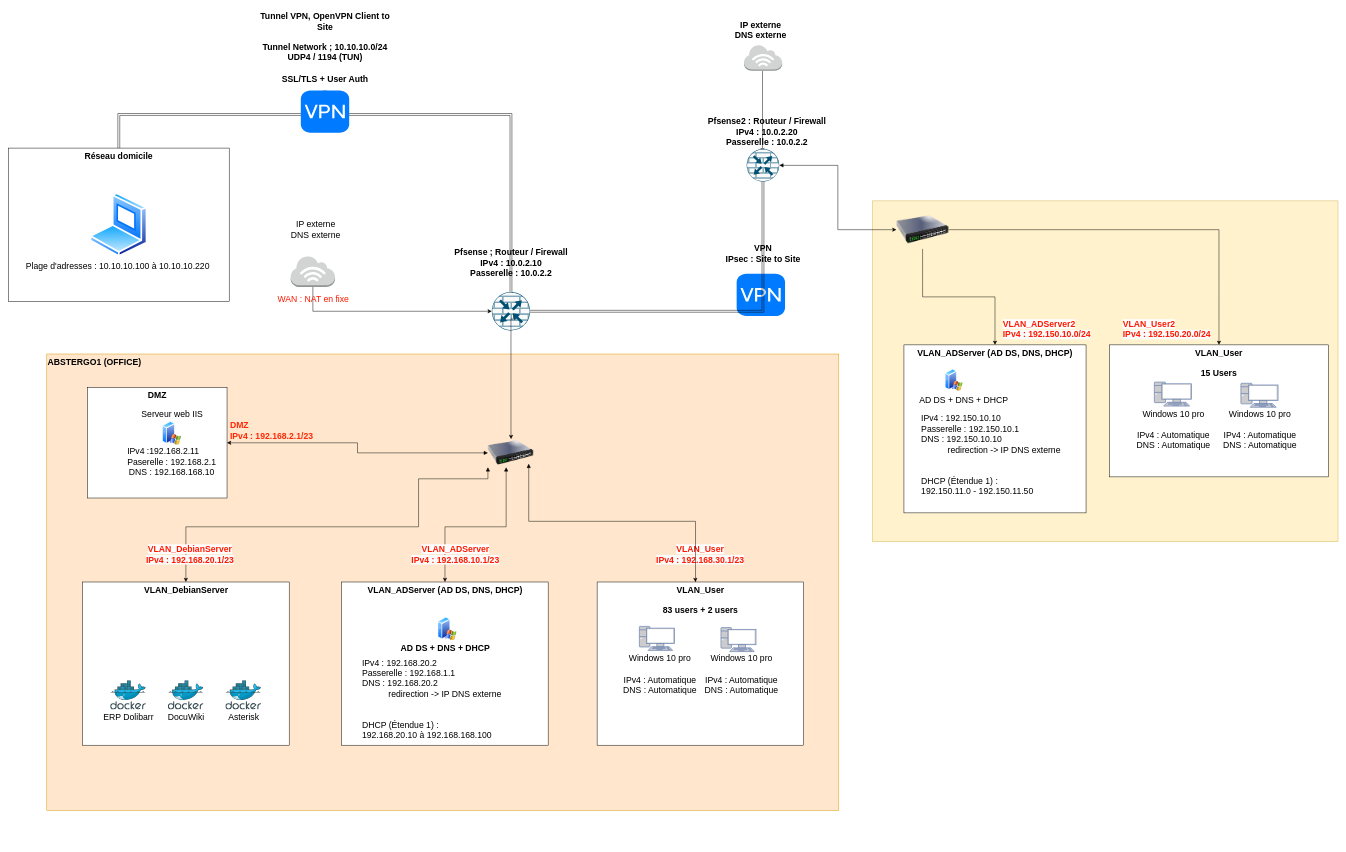
Before: New Network Architecture Abstergo.drawio in CharifMah/AbstergoAnimus, a draw.io diagram. Source tidied: cells renumbered, new cells numbered last; positions are measured from the earlier drawing's top-left corner, leaving out a move shared by most shapes. Both pictures are drawn from the tidied source at 48%, with x=0, y=0 at pixel (8, 8).
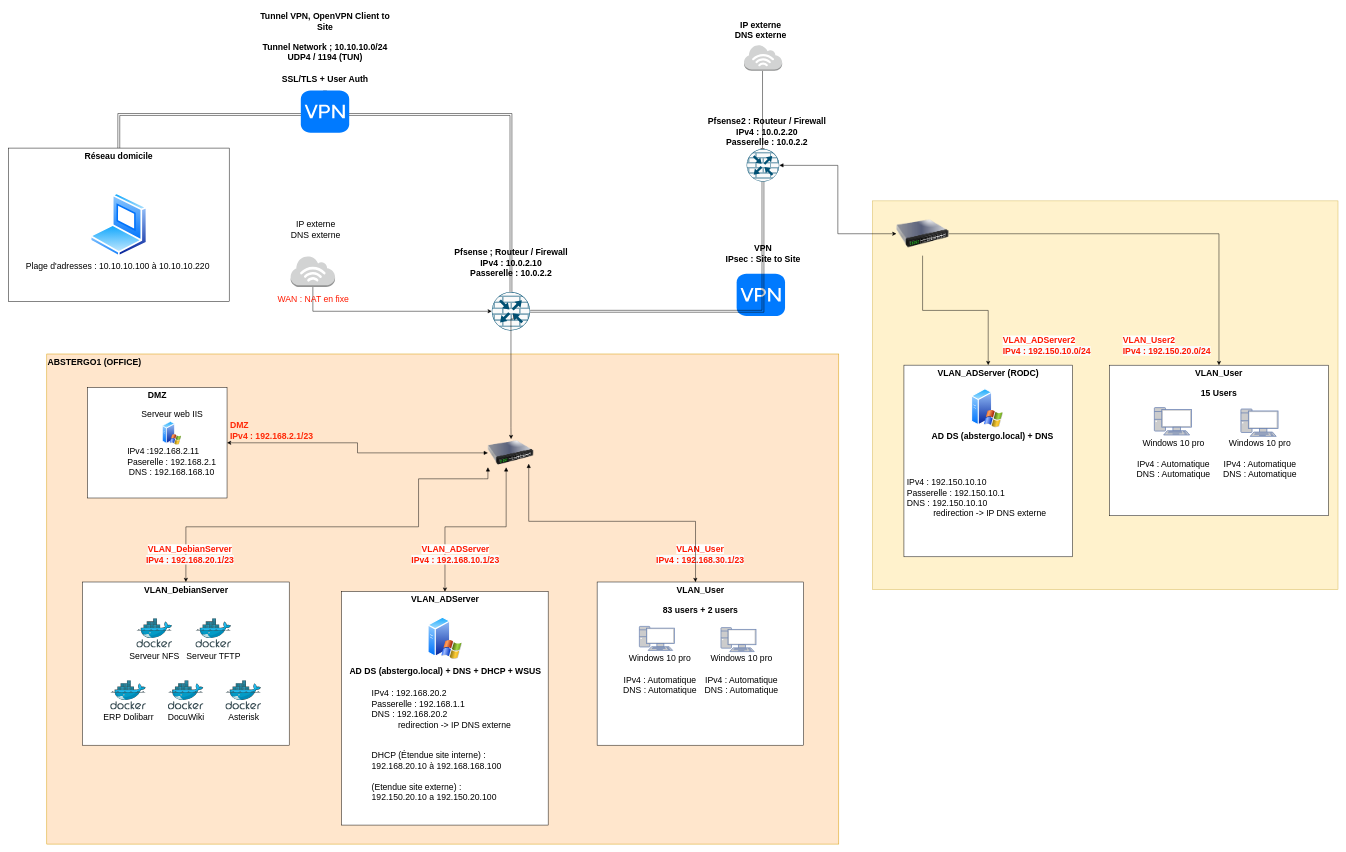
The same diagram, later.

Commit message (it also covers changes not shown here):
Mettre à jour New Network Architecture Abstergo.drawio

Unchanged cells that the change refers to:
```xml
<mxCell id="59" style="group;fontSize=18;" parent="57" vertex="1">
  <mxGeometry y="85" width="430.5" height="340" as="geometry" />
</mxCell>
```

Change to the diagram source:
```diff
@@
     <mxCell id="2" value="&lt;font style=&quot;font-size: 18px;&quot;&gt;&lt;b style=&quot;font-size: 18px;&quot;&gt;ABSTERGO1 (OFFICE)&lt;/b&gt;&lt;/font&gt;" style="rounded=0;whiteSpace=wrap;html=1;verticalAlign=top;fillColor=#ffe6cc;strokeColor=#d79b00;align=left;fontSize=18;" parent="1" vertex="1">
-      <mxGeometry x="80" y="720" width="1650" height="951" as="geometry" />
+      <mxGeometry x="80" y="720" width="1650" height="1021" as="geometry" />
     </mxCell>
@@
     <mxCell id="8" style="group;fontSize=18;" parent="1" vertex="1">
-      <mxGeometry x="1800" y="401" width="970" height="710" as="geometry" />
+      <mxGeometry x="1800" y="401" width="970" height="810" as="geometry" />
     </mxCell>
     <mxCell id="9" style="rounded=0;whiteSpace=wrap;html=1;fillColor=#fff2cc;strokeColor=#d6b656;fontSize=18;" parent="8" vertex="1">
-      <mxGeometry width="970" height="710" as="geometry" />
+      <mxGeometry width="970" height="810" as="geometry" />
     </mxCell>
     <mxCell id="10" style="group;fontSize=18;" parent="8" vertex="1">
-      <mxGeometry x="65.7" y="300" width="384.5" height="350" as="geometry" />
+      <mxGeometry x="65.7" y="342.2" width="374.4" height="399.3" as="geometry" />
     </mxCell>
-    <mxCell id="11" value="&lt;b style=&quot;font-size: 18px;&quot;&gt;VLAN_ADServer (AD DS, DNS, DHCP)&lt;/b&gt;" style="rounded=0;whiteSpace=wrap;html=1;verticalAlign=top;fontSize=18;" parent="10" vertex="1">
-      <mxGeometry width="379.4" height="350" as="geometry" />
+    <mxCell id="11" value="&lt;b style=&quot;font-size: 18px;&quot;&gt;VLAN_ADServer (RODC)&lt;/b&gt;" style="rounded=0;whiteSpace=wrap;html=1;verticalAlign=top;fontSize=18;" parent="10" vertex="1">
+      <mxGeometry width="351.1" height="399.3" as="geometry" />
     </mxCell>
     <mxCell id="12" style="group;fontSize=18;" parent="10" vertex="1">
-      <mxGeometry x="34.5" y="50" width="346.8" height="245" as="geometry" />
+      <mxGeometry x="13.2" y="59.9" width="320.9" height="279.5" as="geometry" />
     </mxCell>
     <mxCell id="13" style="image;perimeter=ellipsePerimeter;html=1;align=center;shadow=0;dashed=0;spacingTop=3;image=img/lib/active_directory/windows_server_2.svg;fontSize=18;" parent="12" vertex="1">
-      <mxGeometry x="51.3" width="37.3" height="46.6" as="geometry" />
+      <mxGeometry x="127.1" y="-12.2" width="66.6" height="83.3" as="geometry" />
     </mxCell>
+    <mxCell id="15" value="IPv4 : 192.150.10.10&lt;br style=&quot;font-size: 18px;&quot;&gt;Passerelle : 192.150.10.1&lt;br style=&quot;font-size: 18px;&quot;&gt;DNS : 192.150.10.10&lt;br style=&quot;font-size: 18px;&quot;&gt;&amp;nbsp; &amp;nbsp; &amp;nbsp; &amp;nbsp; &amp;nbsp; &amp;nbsp;redirection -&amp;gt; IP DNS externe&amp;nbsp; &amp;nbsp; &amp;nbsp; &amp;nbsp; &amp;nbsp; &amp;nbsp;&amp;nbsp;&lt;br style=&quot;font-size: 18px;&quot;&gt;" style="text;html=1;align=left;verticalAlign=middle;strokeColor=none;fillColor=none;fontSize=18;" parent="10" vertex="1">
+      <mxGeometry x="4.4" y="227.7" width="370" height="100" as="geometry" />
+    </mxCell>
-    <mxCell id="14" value="AD DS + DNS + DHCP&lt;br style=&quot;font-size: 18px;&quot;&gt;" style="text;html=1;align=center;verticalAlign=middle;strokeColor=none;fillColor=none;fontSize=18;" parent="12" vertex="1">
-      <mxGeometry x="-15" y="45" width="210" height="40" as="geometry" />
+    <mxCell id="14" value="&lt;b&gt;AD DS (abstergo.local) + DNS&lt;/b&gt;" style="text;html=1;align=center;verticalAlign=middle;strokeColor=none;fillColor=none;fontSize=18;" parent="10" vertex="1">
+      <mxGeometry x="44.1" y="127.8" width="280" height="40" as="geometry" />
     </mxCell>
-    <mxCell id="15" value="IPv4 : 192.150.10.10&lt;br style=&quot;font-size: 18px;&quot;&gt;Passerelle : 192.150.10.1&lt;br style=&quot;font-size: 18px;&quot;&gt;DNS : 192.150.10.10&lt;br style=&quot;font-size: 18px;&quot;&gt;&amp;nbsp; &amp;nbsp; &amp;nbsp; &amp;nbsp; &amp;nbsp; &amp;nbsp;redirection -&amp;gt; IP DNS externe&lt;br style=&quot;font-size: 18px;&quot;&gt;&amp;nbsp; &amp;nbsp; &amp;nbsp; &amp;nbsp; &amp;nbsp; &amp;nbsp; &amp;nbsp; &amp;nbsp; &amp;nbsp; &amp;nbsp; &amp;nbsp; &amp;nbsp; &amp;nbsp; &amp;nbsp; &amp;nbsp; &amp;nbsp; &lt;br style=&quot;font-size: 18px;&quot;&gt;&lt;br style=&quot;font-size: 18px;&quot;&gt;DHCP (Étendue 1) :&lt;br style=&quot;font-size: 18px;&quot;&gt;192.150.11.0 - 192.150.11.50" style="text;html=1;align=left;verticalAlign=middle;strokeColor=none;fillColor=none;fontSize=18;" parent="10" vertex="1">
-      <mxGeometry x="34.5" y="135" width="310" height="190" as="geometry" />
-    </mxCell>
     <mxCell id="16" style="group;fontSize=18;" parent="8" vertex="1">
-      <mxGeometry x="494.1" y="300" width="455.9" height="275" as="geometry" />
+      <mxGeometry x="494.1" y="342.3" width="455.9" height="313.7" as="geometry" />
     </mxCell>
     <mxCell id="17" value="&lt;font style=&quot;font-size: 18px;&quot;&gt;&lt;b style=&quot;font-size: 18px;&quot;&gt;VLAN_User&lt;br style=&quot;font-size: 18px;&quot;&gt;&lt;br style=&quot;font-size: 18px;&quot;&gt;15 Users&lt;br style=&quot;font-size: 18px;&quot;&gt;&lt;/b&gt;&lt;/font&gt;" style="rounded=0;whiteSpace=wrap;html=1;verticalAlign=top;fontSize=18;" parent="16" vertex="1">
-      <mxGeometry width="455.9" height="275" as="geometry" />
+      <mxGeometry width="455.9" height="313.7" as="geometry" />
     </mxCell>
     <mxCell id="18" style="group;fontSize=18;" parent="16" vertex="1">
-      <mxGeometry x="222.7" y="80" width="190.8" height="147.5" as="geometry" />
+      <mxGeometry x="222.7" y="91.3" width="190.8" height="168.3" as="geometry" />
     </mxCell>
     <mxCell id="19" value="Windows 10 pro&lt;br style=&quot;font-size: 18px;&quot;&gt;&lt;br style=&quot;font-size: 18px;&quot;&gt;IPv4 : Automatique&lt;br style=&quot;font-size: 18px;&quot;&gt;DNS : Automatique" style="text;html=1;align=center;verticalAlign=middle;strokeColor=none;fillColor=none;fontSize=18;" parent="18" vertex="1">
-      <mxGeometry y="47.5" width="180" height="100" as="geometry" />
+      <mxGeometry y="54.2" width="180" height="100" as="geometry" />
     </mxCell>
     <mxCell id="20" style="fontColor=#0066CC;verticalAlign=top;verticalLabelPosition=bottom;labelPosition=center;align=center;html=1;fillColor=#CCCCCC;strokeColor=#6881B3;gradientColor=none;gradientDirection=north;strokeWidth=2;shape=mxgraph.networks.pc;fontSize=18;" parent="18" vertex="1">
-      <mxGeometry x="50.9" width="77.4" height="50" as="geometry" />
+      <mxGeometry x="50.9" width="77.4" height="57" as="geometry" />
     </mxCell>
     <mxCell id="21" style="group;fontSize=18;" parent="16" vertex="1">
-      <mxGeometry x="42.4" y="77.5" width="190.8" height="150" as="geometry" />
+      <mxGeometry x="42.4" y="88.4" width="190.8" height="171.1" as="geometry" />
     </mxCell>
     <mxCell id="22" value="Windows 10 pro&lt;br style=&quot;font-size: 18px;&quot;&gt;&lt;br style=&quot;font-size: 18px;&quot;&gt;IPv4 : Automatique&lt;br style=&quot;font-size: 18px;&quot;&gt;DNS : Automatique" style="text;html=1;align=center;verticalAlign=middle;strokeColor=none;fillColor=none;fontSize=18;" parent="21" vertex="1">
-      <mxGeometry y="50" width="180" height="100" as="geometry" />
+      <mxGeometry y="57" width="180" height="100" as="geometry" />
     </mxCell>
     <mxCell id="23" style="fontColor=#0066CC;verticalAlign=top;verticalLabelPosition=bottom;labelPosition=center;align=center;html=1;fillColor=#CCCCCC;strokeColor=#6881B3;gradientColor=none;gradientDirection=north;strokeWidth=2;shape=mxgraph.networks.pc;fontSize=18;" parent="21" vertex="1">
-      <mxGeometry x="50.9" width="77.4" height="50" as="geometry" />
+      <mxGeometry x="50.9" width="77.4" height="57" as="geometry" />
     </mxCell>
     <mxCell id="24" style="group;fontSize=18;" parent="8" vertex="1">
-      <mxGeometry x="50" y="20" width="278.7" height="120" as="geometry" />
+      <mxGeometry x="50" y="22.8" width="278.7" height="136.9" as="geometry" />
     </mxCell>
     <mxCell id="25" style="image;html=1;image=img/lib/clip_art/networking/Switch_128x128.png;fontSize=18;" parent="24" vertex="1">
-      <mxGeometry width="109.1" height="80" as="geometry" />
+      <mxGeometry width="109.1" height="91.3" as="geometry" />
     </mxCell>
@@
     <mxCell id="28" value="&lt;font style=&quot;font-size: 18px;&quot; color=&quot;#ff1900&quot;&gt;&lt;b style=&quot;font-size: 18px;&quot;&gt;&lt;span style=&quot;font-family: Helvetica; font-style: normal; font-variant-ligatures: normal; font-variant-caps: normal; letter-spacing: normal; orphans: 2; text-align: center; text-indent: 0px; text-transform: none; widows: 2; word-spacing: 0px; -webkit-text-stroke-width: 0px; background-color: rgb(255, 255, 255); text-decoration-thickness: initial; text-decoration-style: initial; text-decoration-color: initial; float: none; font-size: 18px; display: inline !important;&quot;&gt;VLAN_ADServer2&lt;/span&gt;&lt;br style=&quot;border-color: var(--border-color); font-family: Helvetica; font-style: normal; font-variant-ligatures: normal; font-variant-caps: normal; letter-spacing: normal; orphans: 2; text-indent: 0px; text-transform: none; widows: 2; word-spacing: 0px; -webkit-text-stroke-width: 0px; text-decoration-thickness: initial; text-decoration-style: initial; text-decoration-color: initial; text-align: left; background-color: rgb(251, 251, 251); font-size: 18px;&quot;&gt;&lt;span style=&quot;border-color: var(--border-color); font-family: Helvetica; font-style: normal; font-variant-ligatures: normal; font-variant-caps: normal; letter-spacing: normal; orphans: 2; text-indent: 0px; text-transform: none; widows: 2; word-spacing: 0px; -webkit-text-stroke-width: 0px; text-decoration-thickness: initial; text-decoration-style: initial; text-decoration-color: initial; text-align: left; background-color: rgb(251, 251, 251); font-size: 18px;&quot;&gt;IPv4 : 192.150.10.0/24&lt;/span&gt;&lt;/b&gt;&lt;/font&gt;" style="text;whiteSpace=wrap;html=1;fontSize=18;" parent="8" vertex="1">
-      <mxGeometry x="270" y="240" width="200" height="60" as="geometry" />
+      <mxGeometry x="270" y="273.8" width="200" height="68.5" as="geometry" />
     </mxCell>
     <mxCell id="29" value="&lt;font style=&quot;font-size: 18px;&quot; color=&quot;#ff1900&quot;&gt;&lt;b style=&quot;font-size: 18px;&quot;&gt;&lt;span style=&quot;font-family: Helvetica; font-style: normal; font-variant-ligatures: normal; font-variant-caps: normal; letter-spacing: normal; orphans: 2; text-align: center; text-indent: 0px; text-transform: none; widows: 2; word-spacing: 0px; -webkit-text-stroke-width: 0px; background-color: rgb(255, 255, 255); text-decoration-thickness: initial; text-decoration-style: initial; text-decoration-color: initial; float: none; font-size: 18px; display: inline !important;&quot;&gt;VLAN_User2&lt;/span&gt;&lt;br style=&quot;border-color: var(--border-color); font-family: Helvetica; font-style: normal; font-variant-ligatures: normal; font-variant-caps: normal; letter-spacing: normal; orphans: 2; text-indent: 0px; text-transform: none; widows: 2; word-spacing: 0px; -webkit-text-stroke-width: 0px; text-decoration-thickness: initial; text-decoration-style: initial; text-decoration-color: initial; text-align: left; background-color: rgb(251, 251, 251); font-size: 18px;&quot;&gt;&lt;span style=&quot;border-color: var(--border-color); font-family: Helvetica; font-style: normal; font-variant-ligatures: normal; font-variant-caps: normal; letter-spacing: normal; orphans: 2; text-indent: 0px; text-transform: none; widows: 2; word-spacing: 0px; -webkit-text-stroke-width: 0px; text-decoration-thickness: initial; text-decoration-style: initial; text-decoration-color: initial; text-align: left; background-color: rgb(251, 251, 251); font-size: 18px;&quot;&gt;IPv4 : 192.150.20.0/24&lt;/span&gt;&lt;/b&gt;&lt;/font&gt;" style="text;whiteSpace=wrap;html=1;fontSize=18;" parent="8" vertex="1">
-      <mxGeometry x="520" y="240" width="193.7" height="60" as="geometry" />
+      <mxGeometry x="520" y="273.8" width="193.7" height="68.5" as="geometry" />
     </mxCell>
@@
+    <mxCell id="97" style="group;fontSize=18;" parent="59" vertex="1">
+      <mxGeometry x="58" y="76" width="314.5" height="61.1" as="geometry" />
+    </mxCell>
+    <mxCell id="98" value="&lt;font style=&quot;font-size: 18px;&quot;&gt;Serveur NFS&lt;/font&gt;" style="image;sketch=0;html=1;align=center;fontSize=18;image=img/lib/mscae/Docker.svg;" parent="97" vertex="1">
+      <mxGeometry x="54.5" width="74.5" height="61.1" as="geometry" />
+    </mxCell>
+    <mxCell id="99" value="&lt;font style=&quot;font-size: 18px;&quot;&gt;Serveur TFTP&lt;br style=&quot;font-size: 18px;&quot;&gt;&lt;/font&gt;" style="image;sketch=0;html=1;align=center;fontSize=18;image=img/lib/mscae/Docker.svg;" parent="97" vertex="1">
+      <mxGeometry x="177.5" width="74.5" height="61.1" as="geometry" />
+    </mxCell>
     <mxCell id="65" style="group;fontSize=18;" parent="1" vertex="1">
-      <mxGeometry x="694.5" y="1110" width="443" height="425" as="geometry" />
+      <mxGeometry x="694.5" y="1110" width="443" height="620" as="geometry" />
     </mxCell>
     <mxCell id="66" value="&lt;font style=&quot;font-size: 18px;&quot; color=&quot;#ff1900&quot;&gt;&lt;b style=&quot;font-size: 18px;&quot;&gt;&lt;span style=&quot;font-family: Helvetica; font-style: normal; font-variant-ligatures: normal; font-variant-caps: normal; letter-spacing: normal; orphans: 2; text-indent: 0px; text-transform: none; widows: 2; word-spacing: 0px; -webkit-text-stroke-width: 0px; background-color: rgb(255, 255, 255); text-decoration-thickness: initial; text-decoration-style: initial; text-decoration-color: initial; float: none; font-size: 18px; display: inline !important;&quot;&gt;VLAN_ADServer&lt;/span&gt;&lt;br style=&quot;border-color: var(--border-color); font-family: Helvetica; font-style: normal; font-variant-ligatures: normal; font-variant-caps: normal; letter-spacing: normal; orphans: 2; text-indent: 0px; text-transform: none; widows: 2; word-spacing: 0px; -webkit-text-stroke-width: 0px; text-decoration-thickness: initial; text-decoration-style: initial; text-decoration-color: initial; background-color: rgb(251, 251, 251); font-size: 18px;&quot;&gt;&lt;span style=&quot;border-color: var(--border-color); font-family: Helvetica; font-style: normal; font-variant-ligatures: normal; font-variant-caps: normal; letter-spacing: normal; orphans: 2; text-indent: 0px; text-transform: none; widows: 2; word-spacing: 0px; -webkit-text-stroke-width: 0px; text-decoration-thickness: initial; text-decoration-style: initial; text-decoration-color: initial; background-color: rgb(251, 251, 251); font-size: 18px;&quot;&gt;IPv4 : 192.168.10.1/23&lt;/span&gt;&lt;/b&gt;&lt;/font&gt;" style="text;whiteSpace=wrap;html=1;align=center;fontSize=18;" parent="65" vertex="1">
-      <mxGeometry x="30" width="413" height="50" as="geometry" />
+      <mxGeometry x="30" width="413" height="61.9" as="geometry" />
     </mxCell>
     <mxCell id="67" style="group;fontSize=18;" parent="65" vertex="1">
-      <mxGeometry y="85" width="430" height="340" as="geometry" />
+      <mxGeometry y="105.2" width="430" height="514.8" as="geometry" />
     </mxCell>
     <mxCell id="68" style="group;fontSize=18;" parent="67" vertex="1">
-      <mxGeometry width="430" height="340" as="geometry" />
+      <mxGeometry width="430" height="514.8" as="geometry" />
     </mxCell>
-    <mxCell id="69" value="&lt;font style=&quot;font-size: 18px;&quot;&gt;&lt;b style=&quot;font-size: 18px;&quot;&gt;VLAN_ADServer (AD DS, DNS, DHCP)&lt;br style=&quot;font-size: 18px;&quot;&gt;&lt;br style=&quot;font-size: 18px;&quot;&gt;&lt;/b&gt;&lt;/font&gt;" style="rounded=0;whiteSpace=wrap;html=1;verticalAlign=top;fontSize=18;" parent="68" vertex="1">
-      <mxGeometry width="430" height="340" as="geometry" />
+    <mxCell id="69" value="&lt;font style=&quot;font-size: 18px;&quot;&gt;&lt;b style=&quot;font-size: 18px;&quot;&gt;VLAN_ADServer&lt;br style=&quot;font-size: 18px;&quot;&gt;&lt;/b&gt;&lt;/font&gt;" style="rounded=0;whiteSpace=wrap;html=1;verticalAlign=top;fontSize=18;" parent="68" vertex="1">
+      <mxGeometry width="430" height="486.2" as="geometry" />
     </mxCell>
     <mxCell id="70" style="group;fontSize=18;" parent="68" vertex="1">
-      <mxGeometry x="40" y="72.5" width="350" height="267.5" as="geometry" />
+      <mxGeometry x="40" y="103.7" width="385" height="411.1" as="geometry" />
     </mxCell>
-    <mxCell id="71" style="image;perimeter=ellipsePerimeter;html=1;align=center;shadow=0;dashed=0;spacingTop=3;image=img/lib/active_directory/windows_server_2.svg;fontSize=18;fontStyle=1;" parent="70" vertex="1">
-      <mxGeometry x="160" width="40" height="50" as="geometry" />
-    </mxCell>
-    <mxCell id="72" value="IPv4 : 192.168.20.2&lt;br style=&quot;font-size: 18px;&quot;&gt;Passerelle : 192.168.1.1&lt;br style=&quot;font-size: 18px;&quot;&gt;DNS : 192.168.20.2&lt;br style=&quot;font-size: 18px;&quot;&gt;&amp;nbsp; &amp;nbsp; &amp;nbsp; &amp;nbsp; &amp;nbsp; &amp;nbsp;redirection -&amp;gt; IP DNS externe&lt;br style=&quot;font-size: 18px;&quot;&gt;&amp;nbsp; &amp;nbsp; &amp;nbsp; &amp;nbsp; &amp;nbsp; &amp;nbsp; &amp;nbsp; &amp;nbsp; &amp;nbsp; &amp;nbsp; &amp;nbsp; &amp;nbsp; &amp;nbsp; &amp;nbsp;&amp;nbsp; &lt;br style=&quot;font-size: 18px;&quot;&gt;&lt;br style=&quot;font-size: 18px;&quot;&gt;DHCP (Étendue 1) :&lt;br style=&quot;font-size: 18px;&quot;&gt;192.168.20.10 à 192.168.168.100" style="text;html=1;align=left;verticalAlign=middle;strokeColor=none;fillColor=none;fontSize=18;" parent="70" vertex="1">
-      <mxGeometry y="77.5" width="310" height="190" as="geometry" />
+    <mxCell id="72" value="IPv4 : 192.168.20.2&lt;br style=&quot;font-size: 18px;&quot;&gt;Passerelle : 192.168.1.1&lt;br style=&quot;font-size: 18px;&quot;&gt;DNS : 192.168.20.2&lt;br style=&quot;font-size: 18px;&quot;&gt;&amp;nbsp; &amp;nbsp; &amp;nbsp; &amp;nbsp; &amp;nbsp; &amp;nbsp;redirection -&amp;gt; IP DNS externe&lt;br style=&quot;font-size: 18px;&quot;&gt;&amp;nbsp; &amp;nbsp; &amp;nbsp; &amp;nbsp; &amp;nbsp; &amp;nbsp; &amp;nbsp; &amp;nbsp; &amp;nbsp; &amp;nbsp; &amp;nbsp; &amp;nbsp; &amp;nbsp; &amp;nbsp;&amp;nbsp; &lt;br style=&quot;font-size: 18px;&quot;&gt;&lt;br style=&quot;font-size: 18px;&quot;&gt;DHCP (Étendue site interne) :&lt;br style=&quot;font-size: 18px;&quot;&gt;192.168.20.10 à 192.168.168.100&lt;br&gt;&lt;br&gt;(Etendue site externe) :&lt;br&gt;192.150.20.10 a 192.150.20.100" style="text;html=1;align=left;verticalAlign=middle;strokeColor=none;fillColor=none;fontSize=18;" parent="70" vertex="1">
+      <mxGeometry x="20" y="92.1" width="310" height="250" as="geometry" />
     </mxCell>
-    <mxCell id="73" value="&lt;b style=&quot;font-size: 18px;&quot;&gt;AD DS + DNS + DHCP&lt;/b&gt;" style="text;html=1;align=center;verticalAlign=middle;strokeColor=none;fillColor=none;fontSize=18;" parent="70" vertex="1">
-      <mxGeometry x="70" y="45" width="210" height="40" as="geometry" />
+    <mxCell id="73" value="&lt;b style=&quot;font-size: 18px;&quot;&gt;AD DS (abstergo.local) + DNS + DHCP + WSUS&lt;/b&gt;" style="text;html=1;align=center;verticalAlign=middle;strokeColor=none;fillColor=none;fontSize=18;" parent="70" vertex="1">
+      <mxGeometry x="-35" y="42.2" width="420" height="40" as="geometry" />
     </mxCell>
+    <mxCell id="71" style="image;perimeter=ellipsePerimeter;html=1;align=center;shadow=0;dashed=0;spacingTop=3;image=img/lib/active_directory/windows_server_2.svg;fontSize=18;fontStyle=1;" parent="68" vertex="1">
+      <mxGeometry x="179" y="51.5" width="72" height="90" as="geometry" />
+    </mxCell>
```
